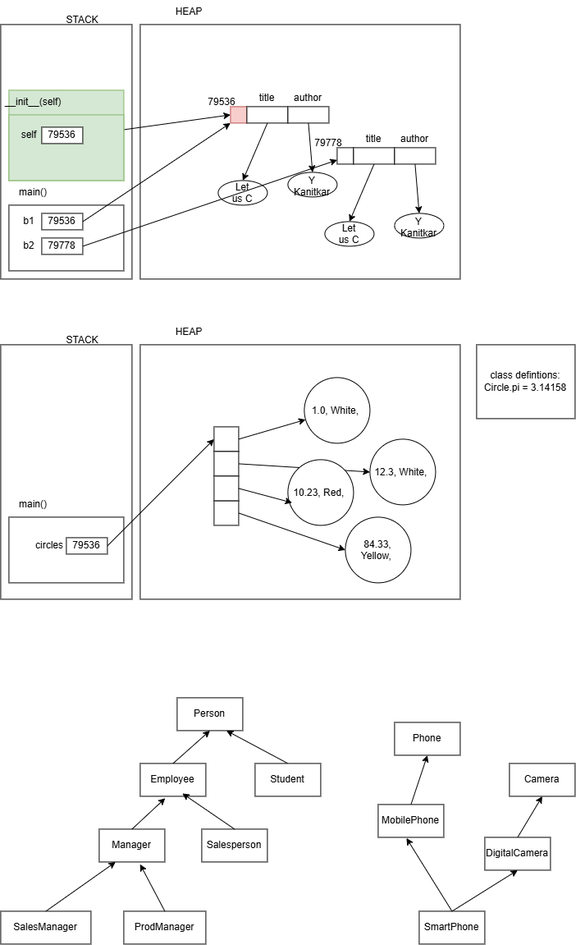
The draw.io diagram Day_06/concepts.dio.png in Abiads/20260824-bangalore-python, before a commit. Source tidied: cells renumbered, new cells last; positions are measured from the earlier drawing's top-left corner, leaving out a move shared by most shapes.
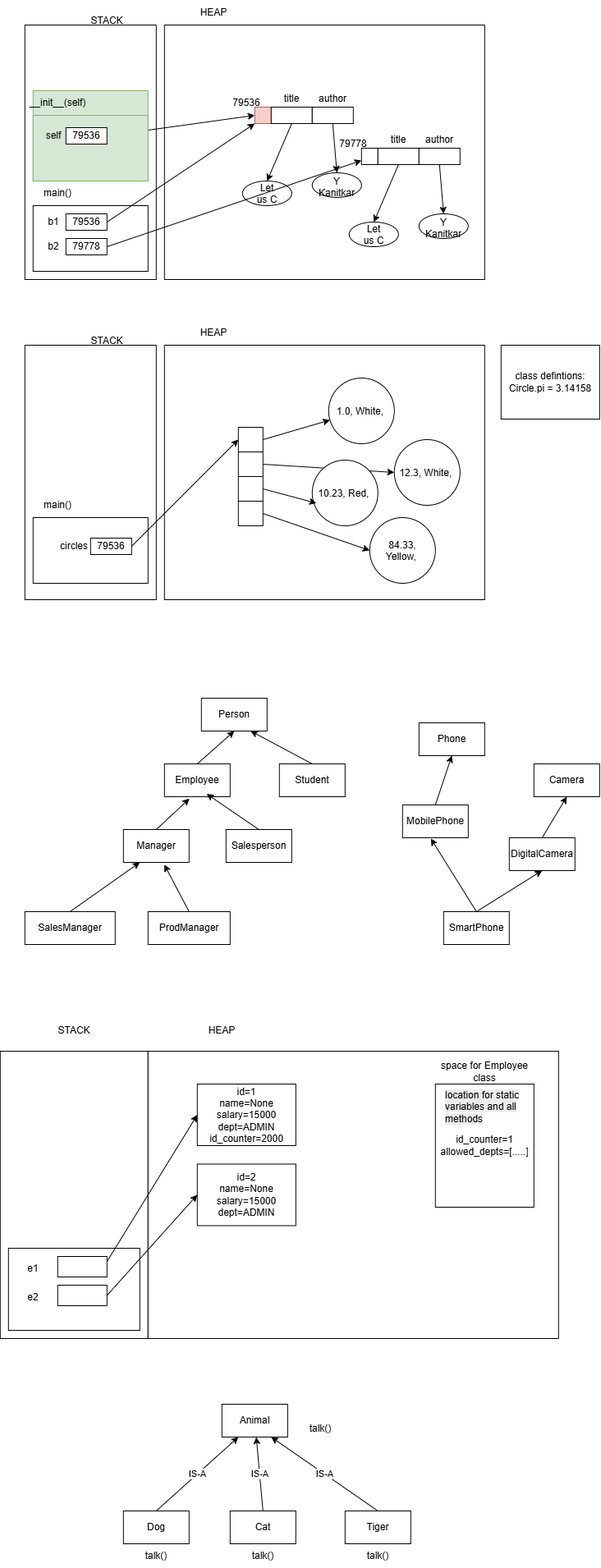
After the commit.

Diff of the diagram source:
```diff
@@ -254,5 +254,86 @@
     <mxCell id="85" value="Camera" style="rounded=0;whiteSpace=wrap;html=1;" parent="1" vertex="1">
       <mxGeometry x="620" y="930" width="80" height="40" as="geometry" />
     </mxCell>
+    <mxCell id="86" style="rounded=0;whiteSpace=wrap;html=1;" parent="1" vertex="1">
+      <mxGeometry x="-30" y="1280" width="180" height="350" as="geometry" />
+    </mxCell>
+    <mxCell id="87" value="STACK" style="text;html=1;whiteSpace=wrap;strokeColor=none;fillColor=none;align=center;verticalAlign=middle;rounded=0;" parent="1" vertex="1">
+      <mxGeometry x="30" y="1240" width="60" height="30" as="geometry" />
+    </mxCell>
+    <mxCell id="88" value="HEAP" style="text;html=1;whiteSpace=wrap;strokeColor=none;fillColor=none;align=center;verticalAlign=middle;rounded=0;" parent="1" vertex="1">
+      <mxGeometry x="210" y="1240" width="60" height="30" as="geometry" />
+    </mxCell>
+    <mxCell id="89" style="rounded=0;whiteSpace=wrap;html=1;" parent="1" vertex="1">
+      <mxGeometry x="150" y="1280" width="500" height="350" as="geometry" />
+    </mxCell>
+    <mxCell id="90" value="id_counter=1&lt;div&gt;allowed_depts=[.....]&lt;/div&gt;" style="rounded=0;whiteSpace=wrap;html=1;" parent="1" vertex="1">
+      <mxGeometry x="500" y="1320" width="120" height="150" as="geometry" />
+    </mxCell>
+    <mxCell id="91" value="space for Employee class" style="text;html=1;whiteSpace=wrap;strokeColor=none;fillColor=none;align=center;verticalAlign=middle;rounded=0;" parent="1" vertex="1">
+      <mxGeometry x="500" y="1290" width="120" height="30" as="geometry" />
+    </mxCell>
+    <mxCell id="92" value="&lt;span style=&quot;color: rgb(0, 0, 0); font-family: Helvetica; font-size: 12px; font-style: normal; font-variant-ligatures: normal; font-variant-caps: normal; font-weight: 400; letter-spacing: normal; orphans: 2; text-align: center; text-indent: 0px; text-transform: none; widows: 2; word-spacing: 0px; -webkit-text-stroke-width: 0px; white-space: normal; background-color: rgb(236, 236, 236); text-decoration-thickness: initial; text-decoration-style: initial; text-decoration-color: initial; display: inline !important; float: none;&quot;&gt;location for static variables and all methods&lt;/span&gt;" style="text;whiteSpace=wrap;html=1;" parent="1" vertex="1">
+      <mxGeometry x="510" y="1320" width="120" height="40" as="geometry" />
+    </mxCell>
+    <mxCell id="93" style="rounded=0;whiteSpace=wrap;html=1;" parent="1" vertex="1">
+      <mxGeometry x="-20" y="1520" width="160" height="100" as="geometry" />
+    </mxCell>
+    <mxCell id="94" style="edgeStyle=none;html=1;exitX=1;exitY=0.25;exitDx=0;exitDy=0;entryX=0;entryY=0.5;entryDx=0;entryDy=0;" parent="1" edge="1" source="95" target="100">
+      <mxGeometry relative="1" as="geometry" />
+    </mxCell>
+    <mxCell id="95" style="rounded=0;whiteSpace=wrap;html=1;" parent="1" vertex="1">
+      <mxGeometry x="40" y="1530" width="60" height="25" as="geometry" />
+    </mxCell>
+    <mxCell id="96" value="e1" style="text;html=1;whiteSpace=wrap;strokeColor=none;fillColor=none;align=center;verticalAlign=middle;rounded=0;" parent="1" vertex="1">
+      <mxGeometry x="-20" y="1530" width="60" height="30" as="geometry" />
+    </mxCell>
+    <mxCell id="97" value="e2" style="text;html=1;whiteSpace=wrap;strokeColor=none;fillColor=none;align=center;verticalAlign=middle;rounded=0;" parent="1" vertex="1">
+      <mxGeometry x="-20" y="1565" width="60" height="30" as="geometry" />
+    </mxCell>
+    <mxCell id="98" style="edgeStyle=none;html=1;exitX=1;exitY=0.5;exitDx=0;exitDy=0;entryX=0;entryY=0.5;entryDx=0;entryDy=0;" parent="1" edge="1" source="99" target="101">
+      <mxGeometry relative="1" as="geometry" />
+    </mxCell>
+    <mxCell id="99" style="rounded=0;whiteSpace=wrap;html=1;" parent="1" vertex="1">
+      <mxGeometry x="40" y="1565" width="60" height="25" as="geometry" />
+    </mxCell>
+    <mxCell id="100" value="&lt;div&gt;id=1&lt;/div&gt;name=None&lt;div&gt;salary=15000&lt;/div&gt;&lt;div&gt;dept=ADMIN&lt;/div&gt;&lt;div&gt;id_counter=2000&lt;/div&gt;" style="rounded=0;whiteSpace=wrap;html=1;" parent="1" vertex="1">
+      <mxGeometry x="210" y="1320" width="120" height="75" as="geometry" />
+    </mxCell>
+    <mxCell id="101" value="&lt;div&gt;id=2&lt;/div&gt;name=None&lt;div&gt;salary=15000&lt;/div&gt;&lt;div&gt;dept=ADMIN&lt;/div&gt;" style="rounded=0;whiteSpace=wrap;html=1;" parent="1" vertex="1">
+      <mxGeometry x="210" y="1417.5" width="120" height="75" as="geometry" />
+    </mxCell>
+    <mxCell id="102" value="Animal" style="rounded=0;whiteSpace=wrap;html=1;" parent="1" vertex="1">
+      <mxGeometry x="240" y="1710" width="80" height="40" as="geometry" />
+    </mxCell>
+    <mxCell id="103" value="IS-A" style="edgeStyle=none;html=1;exitX=0.5;exitY=0;exitDx=0;exitDy=0;entryX=0.25;entryY=1;entryDx=0;entryDy=0;" parent="1" edge="1" source="104" target="102">
+      <mxGeometry relative="1" as="geometry" />
+    </mxCell>
+    <mxCell id="104" value="Dog" style="rounded=0;whiteSpace=wrap;html=1;" parent="1" vertex="1">
+      <mxGeometry x="120" y="1840" width="80" height="40" as="geometry" />
+    </mxCell>
+    <mxCell id="105" value="IS-A" style="edgeStyle=none;html=1;exitX=0.5;exitY=0;exitDx=0;exitDy=0;" parent="1" edge="1" source="106" target="102">
+      <mxGeometry relative="1" as="geometry" />
+    </mxCell>
+    <mxCell id="106" value="Cat" style="rounded=0;whiteSpace=wrap;html=1;" parent="1" vertex="1">
+      <mxGeometry x="250" y="1840" width="80" height="40" as="geometry" />
+    </mxCell>
+    <mxCell id="107" value="IS-A" style="edgeStyle=none;html=1;exitX=0.5;exitY=0;exitDx=0;exitDy=0;entryX=0.75;entryY=1;entryDx=0;entryDy=0;" parent="1" edge="1" source="108" target="102">
+      <mxGeometry relative="1" as="geometry" />
+    </mxCell>
+    <mxCell id="108" value="Tiger" style="rounded=0;whiteSpace=wrap;html=1;" parent="1" vertex="1">
+      <mxGeometry x="390" y="1840" width="80" height="40" as="geometry" />
+    </mxCell>
+    <mxCell id="109" value="talk()" style="text;html=1;whiteSpace=wrap;strokeColor=none;fillColor=none;align=center;verticalAlign=middle;rounded=0;" parent="1" vertex="1">
+      <mxGeometry x="260" y="1880" width="60" height="30" as="geometry" />
+    </mxCell>
+    <mxCell id="110" value="talk()" style="text;html=1;whiteSpace=wrap;strokeColor=none;fillColor=none;align=center;verticalAlign=middle;rounded=0;" parent="1" vertex="1">
+      <mxGeometry x="330" y="1725" width="60" height="30" as="geometry" />
+    </mxCell>
+    <mxCell id="111" value="talk()" style="text;html=1;whiteSpace=wrap;strokeColor=none;fillColor=none;align=center;verticalAlign=middle;rounded=0;" parent="1" vertex="1">
+      <mxGeometry x="130" y="1880" width="60" height="30" as="geometry" />
+    </mxCell>
+    <mxCell id="112" value="talk()" style="text;html=1;whiteSpace=wrap;strokeColor=none;fillColor=none;align=center;verticalAlign=middle;rounded=0;" parent="1" vertex="1">
+      <mxGeometry x="400" y="1880" width="60" height="30" as="geometry" />
+    </mxCell>
   </root>
 </mxGraphModel>
```
